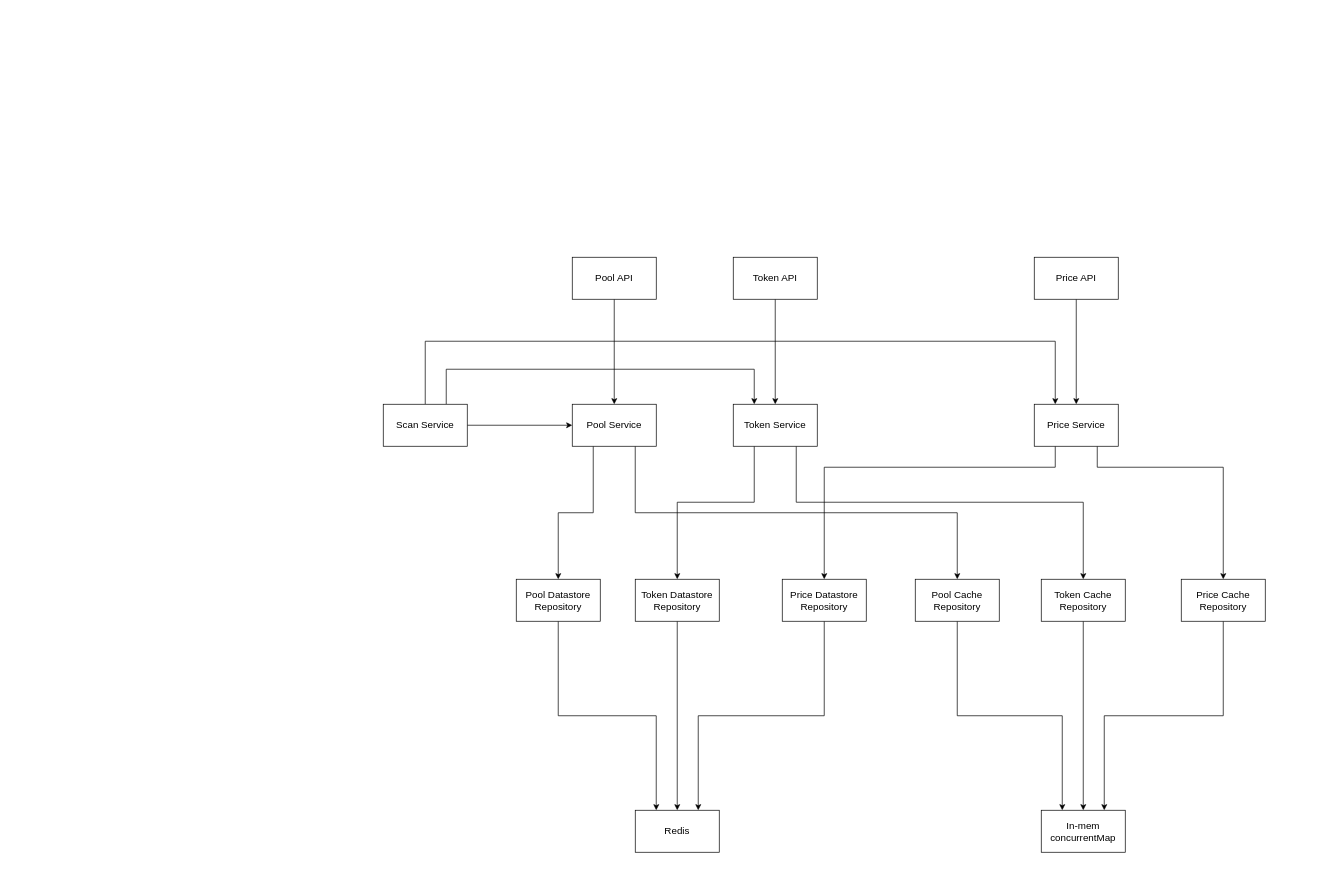
Above: aggregator/Aggregator Backend Clean Architecture Monolith Diagram.drawio in piavgh/draw.io-data (draw.io), before the change. Source tidied: cells renumbered, new cells numbered last; positions are measured from the earlier drawing's top-left corner, leaving out a move shared by most shapes. Both pictures are drawn from the tidied source at 70%, with x=0, y=0 at pixel (383, 257).
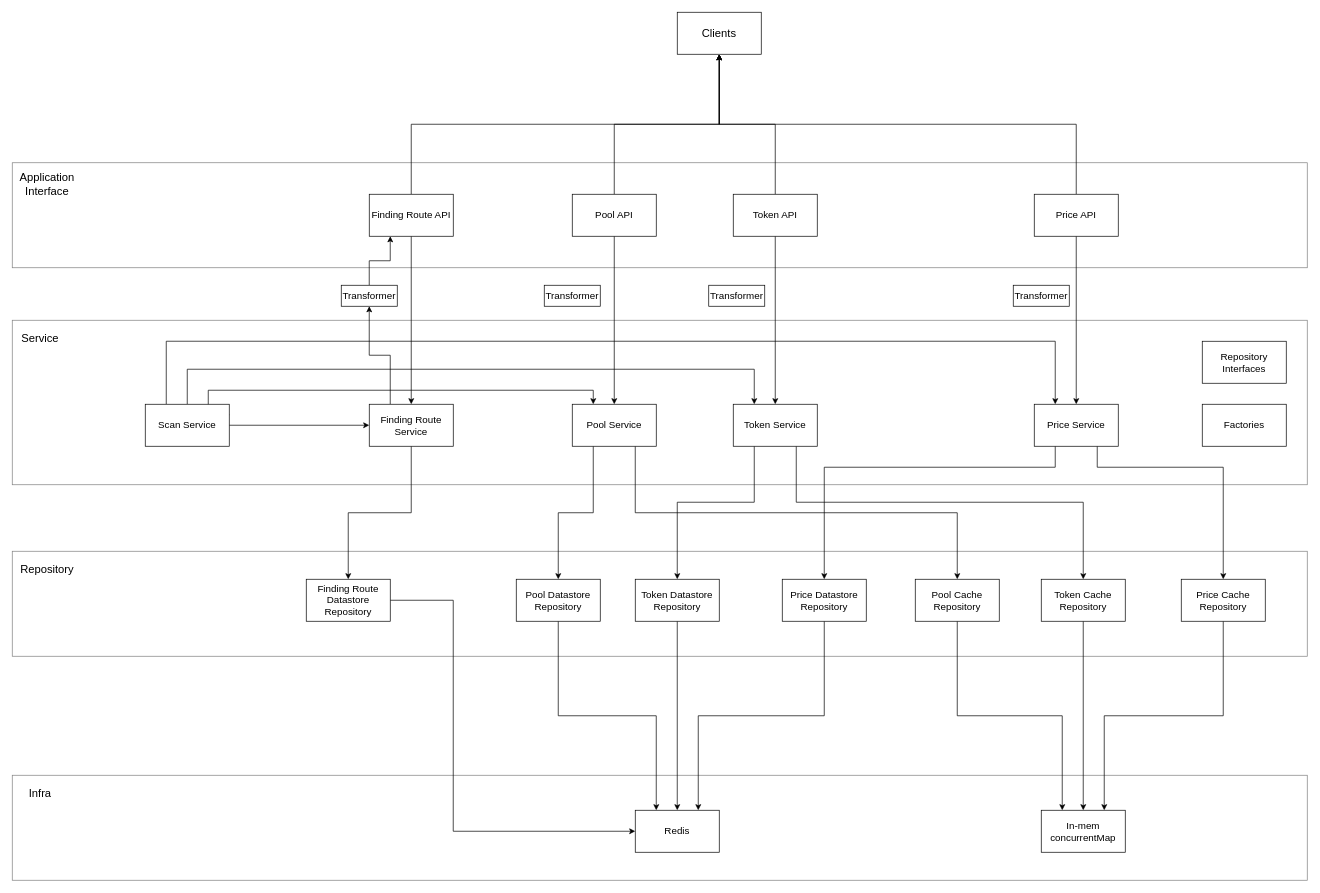
Above is the later version.

Unchanged cells that the change refers to:
```xml
<mxCell id="4" value="Pool Service" style="rounded=0;whiteSpace=wrap;html=1;fontSize=14;" parent="1" vertex="1">
  <mxGeometry x="270" y="210" width="120" height="60" as="geometry" />
</mxCell>
<mxCell id="7" value="Token Service" style="rounded=0;whiteSpace=wrap;html=1;fontSize=14;" parent="1" vertex="1">
  <mxGeometry x="500" y="210" width="120" height="60" as="geometry" />
</mxCell>
<mxCell id="10" value="Price Service" style="rounded=0;whiteSpace=wrap;html=1;fontSize=14;" parent="1" vertex="1">
  <mxGeometry x="930" y="210" width="120" height="60" as="geometry" />
</mxCell>
<mxCell id="23" value="Redis" style="rounded=0;whiteSpace=wrap;html=1;fontSize=14;" parent="1" vertex="1">
  <mxGeometry x="360" y="790" width="120" height="60" as="geometry" />
</mxCell>
```

Diff of the diagram source:
```diff
@@
+    <mxCell id="35" style="rounded=0;whiteSpace=wrap;html=1;fontSize=14;fillOpacity=30;strokeOpacity=50;" parent="1" vertex="1">
+      <mxGeometry x="-530" y="-135" width="1850" height="150" as="geometry" />
+    </mxCell>
+    <mxCell id="36" style="rounded=0;whiteSpace=wrap;html=1;fontSize=14;fillOpacity=30;strokeOpacity=50;" parent="1" vertex="1">
+      <mxGeometry x="-530" y="90" width="1850" height="235" as="geometry" />
+    </mxCell>
+    <mxCell id="37" style="rounded=0;whiteSpace=wrap;html=1;fontSize=14;fillOpacity=30;strokeOpacity=50;" parent="1" vertex="1">
+      <mxGeometry x="-530" y="740" width="1850" height="150" as="geometry" />
+    </mxCell>
+    <mxCell id="38" style="rounded=0;whiteSpace=wrap;html=1;fontSize=14;fillOpacity=30;strokeOpacity=50;" parent="1" vertex="1">
+      <mxGeometry x="-530" y="420" width="1850" height="150" as="geometry" />
+    </mxCell>
@@
+    <mxCell id="39" style="edgeStyle=orthogonalEdgeStyle;rounded=0;jettySize=auto;html=1;exitX=0.5;exitY=0;exitDx=0;exitDy=0;entryX=0.5;entryY=1;entryDx=0;entryDy=0;fontSize=16;" parent="1" edge="1" source="26" target="62">
+      <mxGeometry relative="1" as="geometry" />
+    </mxCell>
     <mxCell id="26" value="Pool API" style="rounded=0;whiteSpace=wrap;html=1;fontSize=14;" parent="1" vertex="1">
-      <mxGeometry x="270" width="120" height="60" as="geometry" />
+      <mxGeometry x="270" y="-90" width="120" height="60" as="geometry" />
     </mxCell>
@@
+    <mxCell id="40" style="edgeStyle=orthogonalEdgeStyle;rounded=0;jettySize=auto;html=1;exitX=0.5;exitY=0;exitDx=0;exitDy=0;entryX=0.5;entryY=1;entryDx=0;entryDy=0;fontSize=16;" parent="1" edge="1" source="28" target="62">
+      <mxGeometry relative="1" as="geometry" />
+    </mxCell>
     <mxCell id="28" value="Token API" style="rounded=0;whiteSpace=wrap;html=1;fontSize=14;" parent="1" vertex="1">
-      <mxGeometry x="500" width="120" height="60" as="geometry" />
+      <mxGeometry x="500" y="-90" width="120" height="60" as="geometry" />
     </mxCell>
@@
+    <mxCell id="41" style="edgeStyle=orthogonalEdgeStyle;rounded=0;jettySize=auto;html=1;entryX=0.5;entryY=1;entryDx=0;entryDy=0;fontSize=16;" parent="1" edge="1" source="30" target="62">
+      <mxGeometry relative="1" as="geometry">
+        <Array as="points">
+          <mxPoint x="990" y="-190" />
+          <mxPoint x="480" y="-190" />
+        </Array>
+      </mxGeometry>
+    </mxCell>
     <mxCell id="30" value="Price API" style="rounded=0;whiteSpace=wrap;html=1;fontSize=14;" parent="1" vertex="1">
-      <mxGeometry x="930" width="120" height="60" as="geometry" />
+      <mxGeometry x="930" y="-90" width="120" height="60" as="geometry" />
     </mxCell>
-    <mxCell id="31" style="edgeStyle=orthogonalEdgeStyle;rounded=0;jettySize=auto;html=1;entryX=0;entryY=0.5;entryDx=0;entryDy=0;fontSize=14;" parent="1" edge="1" source="34" target="4">
+    <mxCell id="31" style="edgeStyle=orthogonalEdgeStyle;rounded=0;jettySize=auto;html=1;entryX=0;entryY=0.5;entryDx=0;entryDy=0;fontSize=14;" parent="1" edge="1" source="34" target="48">
       <mxGeometry relative="1" as="geometry" />
     </mxCell>
-    <mxCell id="32" style="edgeStyle=orthogonalEdgeStyle;rounded=0;jettySize=auto;html=1;exitX=0.75;exitY=0;exitDx=0;exitDy=0;entryX=0.25;entryY=0;entryDx=0;entryDy=0;fontSize=14;" parent="1" edge="1" source="34" target="7">
+    <mxCell id="32" style="edgeStyle=orthogonalEdgeStyle;rounded=0;jettySize=auto;html=1;exitX=0.5;exitY=0;exitDx=0;exitDy=0;entryX=0.25;entryY=0;entryDx=0;entryDy=0;fontSize=14;" parent="1" edge="1" source="34" target="7">
       <mxGeometry relative="1" as="geometry">
         <Array as="points">
-          <mxPoint x="90" y="160" />
+          <mxPoint x="-280" y="160" />
           <mxPoint x="530" y="160" />
         </Array>
       </mxGeometry>
     </mxCell>
-    <mxCell id="33" style="edgeStyle=orthogonalEdgeStyle;rounded=0;jettySize=auto;html=1;exitX=0.5;exitY=0;exitDx=0;exitDy=0;entryX=0.25;entryY=0;entryDx=0;entryDy=0;fontSize=14;" parent="1" edge="1" source="34" target="10">
+    <mxCell id="33" style="edgeStyle=orthogonalEdgeStyle;rounded=0;jettySize=auto;html=1;exitX=0.25;exitY=0;exitDx=0;exitDy=0;entryX=0.25;entryY=0;entryDx=0;entryDy=0;fontSize=14;" parent="1" edge="1" source="34" target="10">
       <mxGeometry relative="1" as="geometry">
         <Array as="points">
-          <mxPoint x="60" y="120" />
+          <mxPoint x="-310" y="120" />
           <mxPoint x="960" y="120" />
         </Array>
       </mxGeometry>
     </mxCell>
+    <mxCell id="42" style="edgeStyle=orthogonalEdgeStyle;rounded=0;jettySize=auto;html=1;exitX=1;exitY=0.25;exitDx=0;exitDy=0;entryX=0.25;entryY=0;entryDx=0;entryDy=0;fontSize=14;" parent="1" edge="1" source="34" target="4">
+      <mxGeometry relative="1" as="geometry">
+        <Array as="points">
+          <mxPoint x="-250" y="225" />
+          <mxPoint x="-250" y="190" />
+          <mxPoint x="300" y="190" />
+        </Array>
+      </mxGeometry>
+    </mxCell>
     <mxCell id="34" value="Scan Service" style="rounded=0;whiteSpace=wrap;html=1;fontSize=14;" parent="1" vertex="1">
-      <mxGeometry y="210" width="120" height="60" as="geometry" />
+      <mxGeometry x="-340" y="210" width="120" height="60" as="geometry" />
     </mxCell>
+    <mxCell id="43" style="edgeStyle=orthogonalEdgeStyle;rounded=0;jettySize=auto;html=1;fontSize=14;" parent="1" edge="1" source="45" target="48">
+      <mxGeometry relative="1" as="geometry" />
+    </mxCell>
+    <mxCell id="44" style="edgeStyle=orthogonalEdgeStyle;rounded=0;jettySize=auto;html=1;exitX=0.5;exitY=0;exitDx=0;exitDy=0;entryX=0.5;entryY=1;entryDx=0;entryDy=0;fontSize=16;" parent="1" edge="1" source="45" target="62">
+      <mxGeometry relative="1" as="geometry" />
+    </mxCell>
+    <mxCell id="45" value="Finding Route API" style="rounded=0;whiteSpace=wrap;html=1;fontSize=14;" parent="1" vertex="1">
+      <mxGeometry x="-20" y="-90" width="120" height="60" as="geometry" />
+    </mxCell>
+    <mxCell id="46" style="edgeStyle=orthogonalEdgeStyle;rounded=0;jettySize=auto;html=1;entryX=0.5;entryY=0;entryDx=0;entryDy=0;fontSize=14;" parent="1" edge="1" source="48" target="50">
+      <mxGeometry relative="1" as="geometry" />
+    </mxCell>
+    <mxCell id="47" style="edgeStyle=orthogonalEdgeStyle;rounded=0;jettySize=auto;html=1;exitX=0.25;exitY=0;exitDx=0;exitDy=0;fontSize=14;" parent="1" edge="1" source="48" target="52">
+      <mxGeometry relative="1" as="geometry" />
+    </mxCell>
+    <mxCell id="48" value="Finding Route Service" style="rounded=0;whiteSpace=wrap;html=1;fontSize=14;" parent="1" vertex="1">
+      <mxGeometry x="-20" y="210" width="120" height="60" as="geometry" />
+    </mxCell>
+    <mxCell id="49" style="edgeStyle=orthogonalEdgeStyle;rounded=0;jettySize=auto;html=1;entryX=0;entryY=0.5;entryDx=0;entryDy=0;fontSize=14;" parent="1" edge="1" source="50" target="23">
+      <mxGeometry relative="1" as="geometry">
+        <Array as="points">
+          <mxPoint x="100" y="490" />
+          <mxPoint x="100" y="820" />
+        </Array>
+      </mxGeometry>
+    </mxCell>
+    <mxCell id="50" value="Finding Route Datastore Repository" style="rounded=0;whiteSpace=wrap;html=1;fontSize=14;" parent="1" vertex="1">
+      <mxGeometry x="-110" y="460" width="120" height="60" as="geometry" />
+    </mxCell>
+    <mxCell id="51" style="edgeStyle=orthogonalEdgeStyle;rounded=0;jettySize=auto;html=1;exitX=0.5;exitY=0;exitDx=0;exitDy=0;entryX=0.25;entryY=1;entryDx=0;entryDy=0;fontSize=14;" parent="1" edge="1" source="52" target="45">
+      <mxGeometry relative="1" as="geometry" />
+    </mxCell>
+    <mxCell id="52" value="Transformer" style="rounded=0;whiteSpace=wrap;html=1;fontSize=14;" parent="1" vertex="1">
+      <mxGeometry x="-60" y="40" width="80" height="30" as="geometry" />
+    </mxCell>
+    <mxCell id="53" value="Transformer" style="rounded=0;whiteSpace=wrap;html=1;fontSize=14;" parent="1" vertex="1">
+      <mxGeometry x="230" y="40" width="80" height="30" as="geometry" />
+    </mxCell>
+    <mxCell id="54" value="Transformer" style="rounded=0;whiteSpace=wrap;html=1;fontSize=14;" parent="1" vertex="1">
+      <mxGeometry x="465" y="40" width="80" height="30" as="geometry" />
+    </mxCell>
+    <mxCell id="55" value="Transformer" style="rounded=0;whiteSpace=wrap;html=1;fontSize=14;" parent="1" vertex="1">
+      <mxGeometry x="900" y="40" width="80" height="30" as="geometry" />
+    </mxCell>
+    <mxCell id="56" value="Infra" style="text;html=1;strokeColor=none;fillColor=none;align=center;verticalAlign=middle;whiteSpace=wrap;rounded=0;fontSize=16;" parent="1" vertex="1">
+      <mxGeometry x="-520" y="750" width="60" height="30" as="geometry" />
+    </mxCell>
+    <mxCell id="57" value="Repository" style="text;html=1;strokeColor=none;fillColor=none;align=center;verticalAlign=middle;whiteSpace=wrap;rounded=0;fontSize=16;" parent="1" vertex="1">
+      <mxGeometry x="-510" y="430" width="60" height="30" as="geometry" />
+    </mxCell>
+    <mxCell id="58" value="Service" style="text;html=1;strokeColor=none;fillColor=none;align=center;verticalAlign=middle;whiteSpace=wrap;rounded=0;fontSize=16;" parent="1" vertex="1">
+      <mxGeometry x="-520" y="100" width="60" height="30" as="geometry" />
+    </mxCell>
+    <mxCell id="59" value="Application Interface" style="text;html=1;strokeColor=none;fillColor=none;align=center;verticalAlign=middle;whiteSpace=wrap;rounded=0;fontSize=16;" parent="1" vertex="1">
+      <mxGeometry x="-510" y="-120" width="60" height="30" as="geometry" />
+    </mxCell>
+    <mxCell id="60" value="Repository Interfaces" style="rounded=0;whiteSpace=wrap;html=1;fontSize=14;" parent="1" vertex="1">
+      <mxGeometry x="1170" y="120" width="120" height="60" as="geometry" />
+    </mxCell>
+    <mxCell id="61" value="Factories" style="rounded=0;whiteSpace=wrap;html=1;fontSize=14;" parent="1" vertex="1">
+      <mxGeometry x="1170" y="210" width="120" height="60" as="geometry" />
+    </mxCell>
+    <mxCell id="62" value="Clients" style="rounded=0;whiteSpace=wrap;html=1;fontSize=16;" parent="1" vertex="1">
+      <mxGeometry x="420" y="-350" width="120" height="60" as="geometry" />
+    </mxCell>
```
